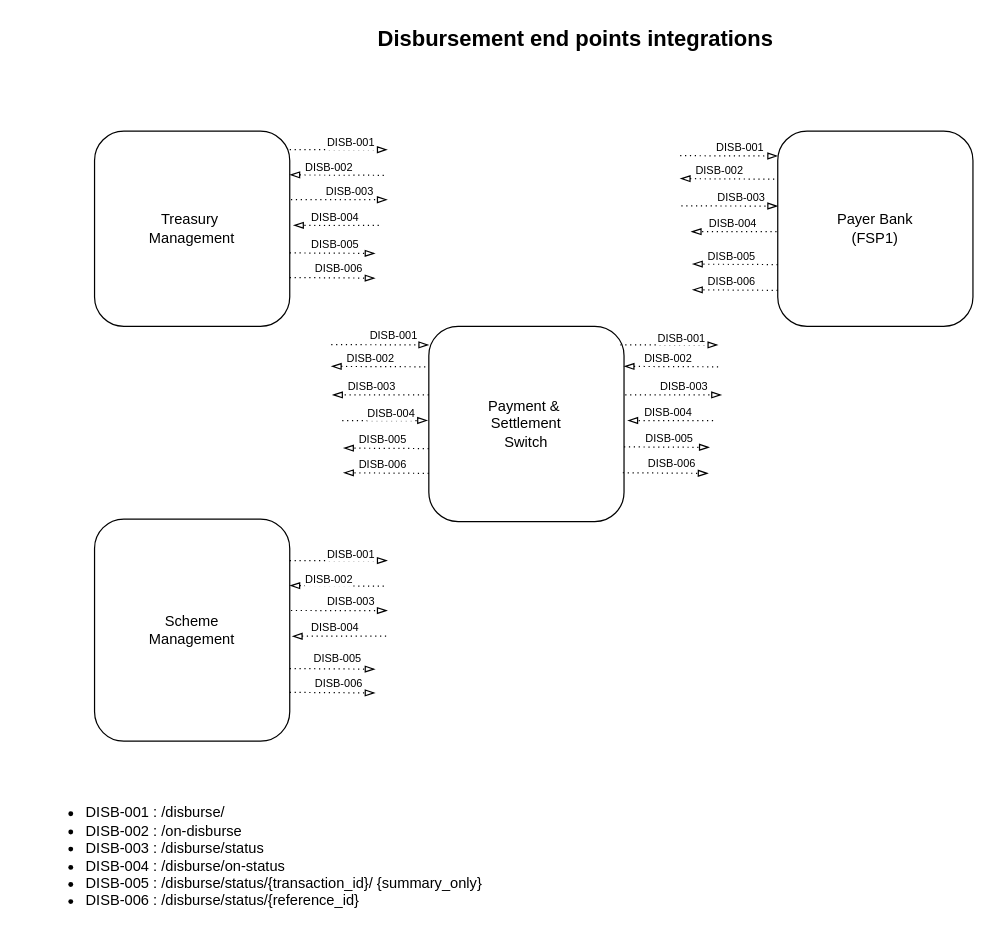
The draw.io diagram page "disb" (1 of 3) of docs/images/draw.io/interface.drawio in G2P-Connect/specs, before the edit. Source tidied: cells renumbered, new cells numbered last; positions are measured from the earlier drawing's top-left corner, leaving out a move shared by most shapes. Both pictures are drawn from the tidied source at 122%, with x=0, y=0 at pixel (21, 21).
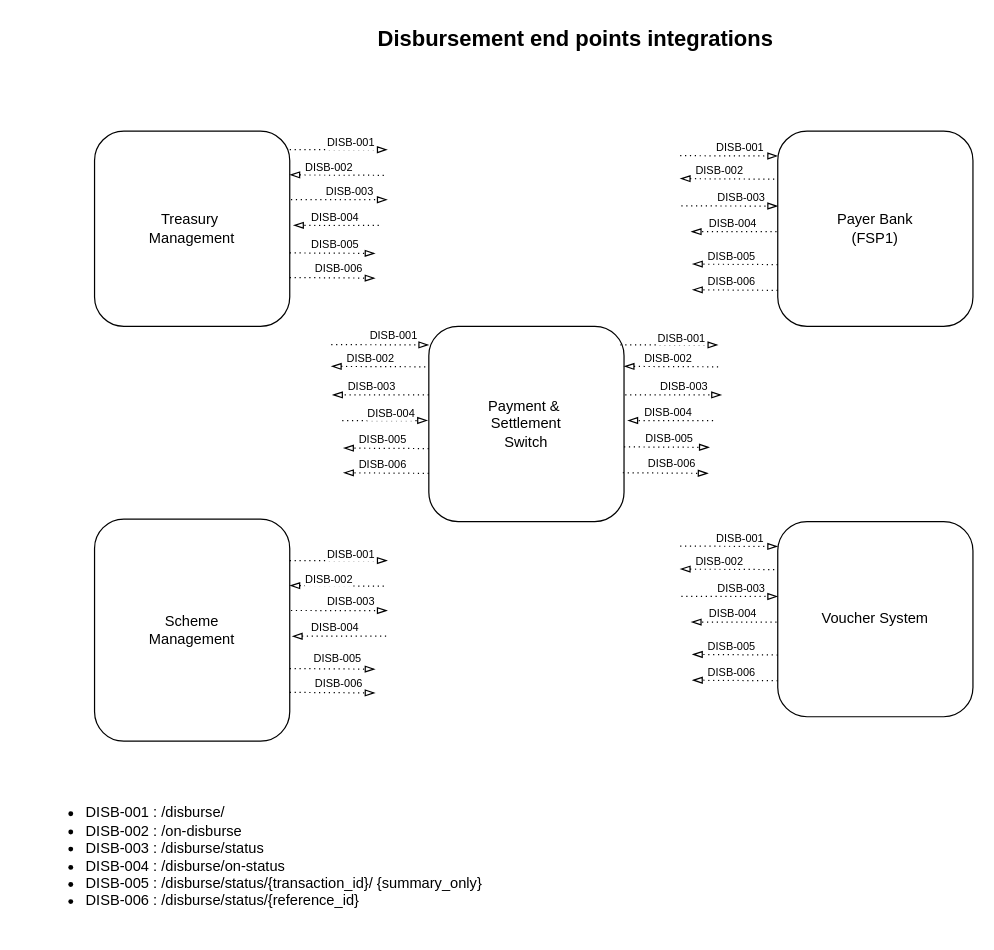
After the change.

Commit message (it also covers changes not shown here):
added voucher system

The edit, as a diff of the source:
```diff
@@
+    <mxCell id="68" value="Voucher System" style="rounded=1;whiteSpace=wrap;html=1;" parent="1" vertex="1">
+      <mxGeometry x="620" y="410" width="160" height="160" as="geometry" />
+    </mxCell>
+    <mxCell id="69" style="endArrow=blockThin;dashed=1;html=1;dashPattern=1 3;strokeWidth=1;rounded=0;endFill=0;" parent="1" edge="1">
+      <mxGeometry relative="1" as="geometry">
+        <mxPoint x="540" y="430.1" as="sourcePoint" />
+        <mxPoint x="620" y="430.4" as="targetPoint" />
+      </mxGeometry>
+    </mxCell>
+    <mxCell id="70" value="&lt;font style=&quot;font-size: 9px;&quot;&gt;DISB-001&lt;/font&gt;" style="edgeLabel;html=1;align=center;verticalAlign=middle;" parent="69" vertex="1">
+      <mxGeometry x="0.4" y="1" relative="1" as="geometry">
+        <mxPoint x="-8" y="-7" as="offset" />
+      </mxGeometry>
+    </mxCell>
+    <mxCell id="71" style="endArrow=blockThin;dashed=1;html=1;dashPattern=1 3;strokeWidth=1;rounded=0;endFill=0;exitX=1.006;exitY=0.415;exitDx=0;exitDy=0;exitPerimeter=0;" parent="1" edge="1">
+      <mxGeometry relative="1" as="geometry">
+        <mxPoint x="541" y="471.3" as="sourcePoint" />
+        <mxPoint x="620" y="471.4" as="targetPoint" />
+      </mxGeometry>
+    </mxCell>
+    <mxCell id="72" value="&lt;font style=&quot;font-size: 9px;&quot;&gt;DISB-003&lt;/font&gt;" style="edgeLabel;html=1;align=center;verticalAlign=middle;" parent="71" vertex="1">
+      <mxGeometry x="0.4" y="1" relative="1" as="geometry">
+        <mxPoint x="-7" y="-7" as="offset" />
+      </mxGeometry>
+    </mxCell>
+    <mxCell id="73" style="endArrow=none;dashed=1;html=1;dashPattern=1 3;strokeWidth=1;rounded=0;endFill=0;exitX=1;exitY=0.25;exitDx=0;exitDy=0;startArrow=blockThin;startFill=0;" parent="1" edge="1">
+      <mxGeometry relative="1" as="geometry">
+        <mxPoint x="540" y="448.9" as="sourcePoint" />
+        <mxPoint x="620" y="449.4" as="targetPoint" />
+      </mxGeometry>
+    </mxCell>
+    <mxCell id="74" value="&lt;font style=&quot;font-size: 9px;&quot;&gt;DISB-002&lt;/font&gt;" style="edgeLabel;html=1;align=center;verticalAlign=middle;" parent="73" vertex="1">
+      <mxGeometry x="0.4" y="1" relative="1" as="geometry">
+        <mxPoint x="-25" y="-7" as="offset" />
+      </mxGeometry>
+    </mxCell>
+    <mxCell id="75" style="endArrow=blockThin;dashed=1;html=1;dashPattern=1 3;strokeWidth=1;rounded=0;endFill=0;" parent="1" edge="1">
+      <mxGeometry relative="1" as="geometry">
+        <mxPoint x="619" y="492.4" as="sourcePoint" />
+        <mxPoint x="549" y="492.4" as="targetPoint" />
+      </mxGeometry>
+    </mxCell>
+    <mxCell id="76" value="&lt;font style=&quot;font-size: 9px;&quot;&gt;DISB-004&lt;/font&gt;" style="edgeLabel;html=1;align=center;verticalAlign=middle;" parent="75" vertex="1">
+      <mxGeometry x="0.4" y="1" relative="1" as="geometry">
+        <mxPoint x="12" y="-9" as="offset" />
+      </mxGeometry>
+    </mxCell>
+    <mxCell id="77" style="endArrow=blockThin;dashed=1;html=1;dashPattern=1 3;strokeWidth=1;rounded=0;endFill=0;exitX=1;exitY=0.75;exitDx=0;exitDy=0;" parent="1" edge="1">
+      <mxGeometry relative="1" as="geometry">
+        <mxPoint x="620" y="519.4" as="sourcePoint" />
+        <mxPoint x="550" y="518.9" as="targetPoint" />
+      </mxGeometry>
+    </mxCell>
+    <mxCell id="78" value="&lt;font style=&quot;font-size: 9px;&quot;&gt;DISB-005&lt;/font&gt;" style="edgeLabel;html=1;align=center;verticalAlign=middle;" parent="77" vertex="1">
+      <mxGeometry x="0.4" y="1" relative="1" as="geometry">
+        <mxPoint x="11" y="-9" as="offset" />
+      </mxGeometry>
+    </mxCell>
+    <mxCell id="79" style="endArrow=blockThin;dashed=1;html=1;dashPattern=1 3;strokeWidth=1;rounded=0;endFill=0;exitX=1;exitY=0.75;exitDx=0;exitDy=0;" parent="1" edge="1">
+      <mxGeometry relative="1" as="geometry">
+        <mxPoint x="620" y="540.5" as="sourcePoint" />
+        <mxPoint x="550" y="540" as="targetPoint" />
+      </mxGeometry>
+    </mxCell>
+    <mxCell id="80" value="&lt;font style=&quot;font-size: 9px;&quot;&gt;DISB-006&lt;/font&gt;" style="edgeLabel;html=1;align=center;verticalAlign=middle;" parent="79" vertex="1">
+      <mxGeometry x="0.4" y="1" relative="1" as="geometry">
+        <mxPoint x="11" y="-9" as="offset" />
+      </mxGeometry>
+    </mxCell>
```
